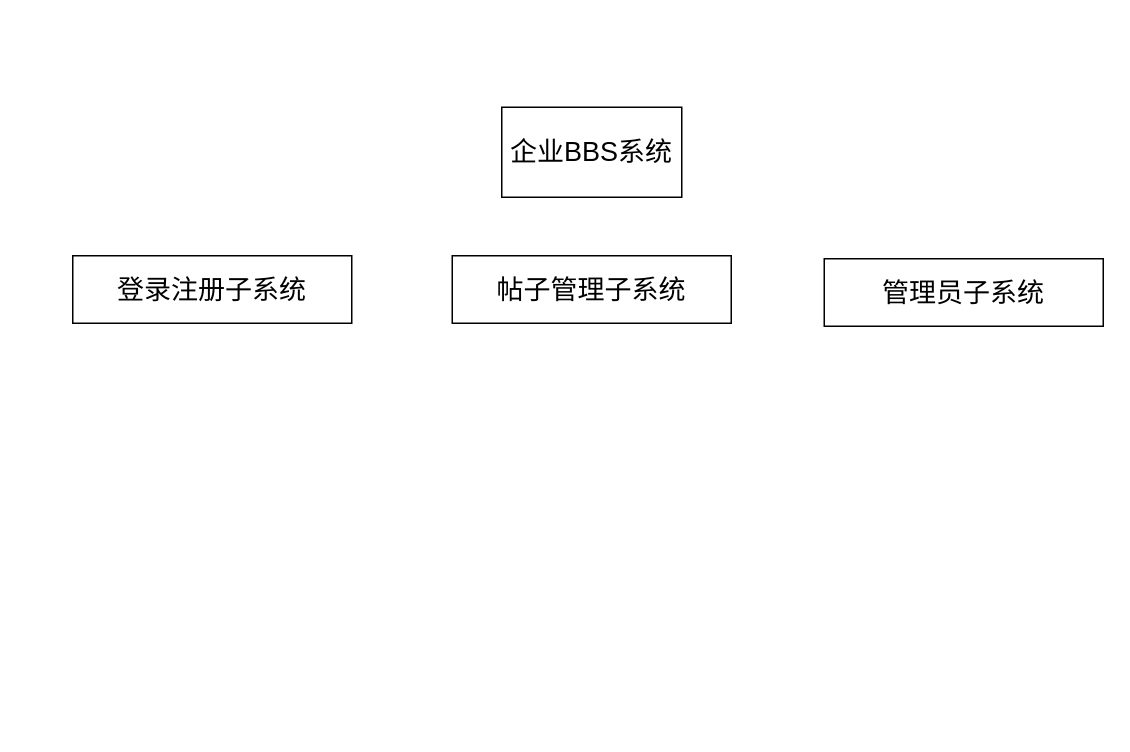
IRiDecenT/graph keeps this draw.io diagram as page "第 2 页" (2 of 2) of 未命名绘图.drawio. Above is the earlier version. Source tidied: cells renumbered, new cells numbered last; positions are measured from the earlier drawing's top-left corner, leaving out a move shared by most shapes. Both pictures are drawn from the tidied source at 150%, with x=0, y=0 at pixel (72, 106).
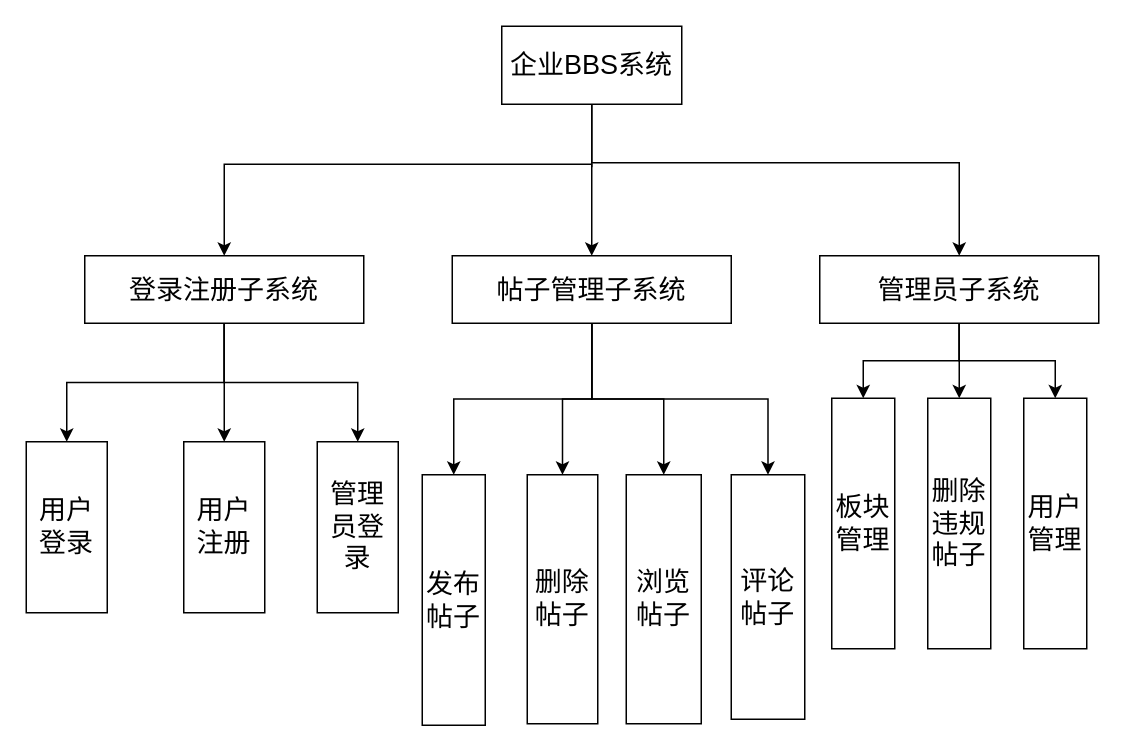
The same page after the edit.

Commit message:
更新未命名绘图.drawio

The change refers to these unchanged cells:
```xml
<mxCell id="4" value="&lt;span style=&quot;font-size: 18px;&quot;&gt;帖子管理子系统&lt;/span&gt;" style="rounded=0;whiteSpace=wrap;html=1;" parent="1" vertex="1">
  <mxGeometry x="253" y="99" width="186" height="45" as="geometry" />
</mxCell>
```

What changed in the source:
```diff
@@
+    <mxCell id="6" style="edgeStyle=orthogonalEdgeStyle;rounded=0;jettySize=auto;html=1;entryX=0.5;entryY=0;entryDx=0;entryDy=0;" parent="1" edge="1" target="3">
+      <mxGeometry relative="1" as="geometry">
+        <mxPoint x="346" y="40" as="sourcePoint" />
+        <Array as="points">
+          <mxPoint x="346" y="38" />
+          <mxPoint x="101" y="38" />
+        </Array>
+      </mxGeometry>
+    </mxCell>
+    <mxCell id="7" style="edgeStyle=orthogonalEdgeStyle;rounded=0;jettySize=auto;html=1;entryX=0.5;entryY=0;entryDx=0;entryDy=0;" parent="1" edge="1" source="2" target="5">
+      <mxGeometry relative="1" as="geometry">
+        <Array as="points">
+          <mxPoint x="346" y="37" />
+          <mxPoint x="591" y="37" />
+        </Array>
+      </mxGeometry>
+    </mxCell>
     <mxCell id="2" value="&lt;font style=&quot;font-size: 18px;&quot;&gt;企业BBS系统&lt;/font&gt;" style="rounded=0;whiteSpace=wrap;html=1;" parent="1" vertex="1">
-      <mxGeometry x="286" width="120" height="60" as="geometry" />
+      <mxGeometry x="286" y="-54" width="120" height="52" as="geometry" />
     </mxCell>
+    <mxCell id="8" style="edgeStyle=orthogonalEdgeStyle;rounded=0;jettySize=auto;html=1;entryX=0.5;entryY=0;entryDx=0;entryDy=0;" parent="1" edge="1" source="3" target="19">
+      <mxGeometry relative="1" as="geometry" />
+    </mxCell>
+    <mxCell id="9" style="edgeStyle=orthogonalEdgeStyle;rounded=0;jettySize=auto;html=1;entryX=0.5;entryY=0;entryDx=0;entryDy=0;" parent="1" edge="1" source="3" target="20">
+      <mxGeometry relative="1" as="geometry" />
+    </mxCell>
+    <mxCell id="10" style="edgeStyle=orthogonalEdgeStyle;rounded=0;jettySize=auto;html=1;entryX=0.5;entryY=0;entryDx=0;entryDy=0;" parent="1" edge="1" source="3" target="21">
+      <mxGeometry relative="1" as="geometry" />
+    </mxCell>
     <mxCell id="3" value="&lt;font style=&quot;font-size: 18px;&quot;&gt;登录注册子系统&lt;/font&gt;" style="rounded=0;whiteSpace=wrap;html=1;" parent="1" vertex="1">
-      <mxGeometry y="99" width="186" height="45" as="geometry" />
+      <mxGeometry x="8" y="99" width="186" height="45" as="geometry" />
     </mxCell>
+    <mxCell id="11" style="edgeStyle=orthogonalEdgeStyle;rounded=0;jettySize=auto;html=1;entryX=0.5;entryY=0;entryDx=0;entryDy=0;" parent="1" edge="1" source="4" target="22">
+      <mxGeometry relative="1" as="geometry" />
+    </mxCell>
+    <mxCell id="12" style="edgeStyle=orthogonalEdgeStyle;rounded=0;jettySize=auto;html=1;entryX=0.5;entryY=0;entryDx=0;entryDy=0;" parent="1" edge="1" source="4" target="23">
+      <mxGeometry relative="1" as="geometry" />
+    </mxCell>
+    <mxCell id="13" style="edgeStyle=orthogonalEdgeStyle;rounded=0;jettySize=auto;html=1;entryX=0.5;entryY=0;entryDx=0;entryDy=0;" parent="1" edge="1" source="4" target="24">
+      <mxGeometry relative="1" as="geometry" />
+    </mxCell>
+    <mxCell id="14" style="edgeStyle=orthogonalEdgeStyle;rounded=0;jettySize=auto;html=1;entryX=0.5;entryY=0;entryDx=0;entryDy=0;" parent="1" edge="1" source="4" target="25">
+      <mxGeometry relative="1" as="geometry" />
+    </mxCell>
@@
+    <mxCell id="15" style="edgeStyle=orthogonalEdgeStyle;rounded=0;jettySize=auto;html=1;entryX=0.5;entryY=0;entryDx=0;entryDy=0;" parent="1" edge="1" source="5" target="26">
+      <mxGeometry relative="1" as="geometry" />
+    </mxCell>
+    <mxCell id="16" style="edgeStyle=orthogonalEdgeStyle;rounded=0;jettySize=auto;html=1;entryX=0.5;entryY=0;entryDx=0;entryDy=0;" parent="1" edge="1" source="5" target="27">
+      <mxGeometry relative="1" as="geometry" />
+    </mxCell>
+    <mxCell id="17" style="edgeStyle=orthogonalEdgeStyle;rounded=0;jettySize=auto;html=1;entryX=0.5;entryY=0;entryDx=0;entryDy=0;" parent="1" edge="1" source="5" target="28">
+      <mxGeometry relative="1" as="geometry" />
+    </mxCell>
     <mxCell id="5" value="&lt;span style=&quot;font-size: 18px;&quot;&gt;管理员子系统&lt;/span&gt;" style="rounded=0;whiteSpace=wrap;html=1;" parent="1" vertex="1">
-      <mxGeometry x="501" y="101" width="186" height="45" as="geometry" />
+      <mxGeometry x="498" y="99" width="186" height="45" as="geometry" />
     </mxCell>
+    <mxCell id="18" style="endArrow=classic;html=1;rounded=0;exitX=0.5;exitY=1;exitDx=0;exitDy=0;entryX=0.5;entryY=0;entryDx=0;entryDy=0;" parent="1" edge="1" source="2" target="4">
+      <mxGeometry relative="1" as="geometry" />
+    </mxCell>
+    <mxCell id="19" value="&lt;font style=&quot;font-size: 18px;&quot;&gt;用户登录&lt;/font&gt;" style="rounded=0;whiteSpace=wrap;html=1;" parent="1" vertex="1">
+      <mxGeometry x="-31" y="223" width="54" height="114" as="geometry" />
+    </mxCell>
+    <mxCell id="20" value="&lt;font style=&quot;font-size: 18px;&quot;&gt;用户注册&lt;/font&gt;" style="rounded=0;whiteSpace=wrap;html=1;" parent="1" vertex="1">
+      <mxGeometry x="74" y="223" width="54" height="114" as="geometry" />
+    </mxCell>
+    <mxCell id="21" value="&lt;span style=&quot;font-size: 18px;&quot;&gt;管理员登录&lt;/span&gt;" style="rounded=0;whiteSpace=wrap;html=1;" parent="1" vertex="1">
+      <mxGeometry x="163" y="223" width="54" height="114" as="geometry" />
+    </mxCell>
+    <mxCell id="22" value="&lt;span style=&quot;font-size: 18px;&quot;&gt;发布帖子&lt;/span&gt;" style="rounded=0;whiteSpace=wrap;html=1;" parent="1" vertex="1">
+      <mxGeometry x="233" y="245" width="42" height="167" as="geometry" />
+    </mxCell>
+    <mxCell id="23" value="&lt;span style=&quot;font-size: 18px;&quot;&gt;删除帖子&lt;/span&gt;" style="rounded=0;whiteSpace=wrap;html=1;" parent="1" vertex="1">
+      <mxGeometry x="303" y="245" width="47" height="166" as="geometry" />
+    </mxCell>
+    <mxCell id="24" value="&lt;span style=&quot;font-size: 18px;&quot;&gt;浏览帖子&lt;/span&gt;" style="rounded=0;whiteSpace=wrap;html=1;" parent="1" vertex="1">
+      <mxGeometry x="369" y="245" width="50" height="166" as="geometry" />
+    </mxCell>
+    <mxCell id="25" value="&lt;span style=&quot;font-size: 18px;&quot;&gt;评论帖子&lt;/span&gt;" style="rounded=0;whiteSpace=wrap;html=1;" parent="1" vertex="1">
+      <mxGeometry x="439" y="245" width="49" height="163" as="geometry" />
+    </mxCell>
+    <mxCell id="26" value="&lt;span style=&quot;font-size: 18px;&quot;&gt;板块管理&lt;/span&gt;" style="rounded=0;whiteSpace=wrap;html=1;" parent="1" vertex="1">
+      <mxGeometry x="506" y="194" width="42" height="167" as="geometry" />
+    </mxCell>
+    <mxCell id="27" value="&lt;span style=&quot;font-size: 18px;&quot;&gt;删除违规帖子&lt;/span&gt;" style="rounded=0;whiteSpace=wrap;html=1;" parent="1" vertex="1">
+      <mxGeometry x="570" y="194" width="42" height="167" as="geometry" />
+    </mxCell>
+    <mxCell id="28" value="&lt;span style=&quot;font-size: 18px;&quot;&gt;用户管理&lt;/span&gt;" style="rounded=0;whiteSpace=wrap;html=1;" parent="1" vertex="1">
+      <mxGeometry x="634" y="194" width="42" height="167" as="geometry" />
+    </mxCell>
```
